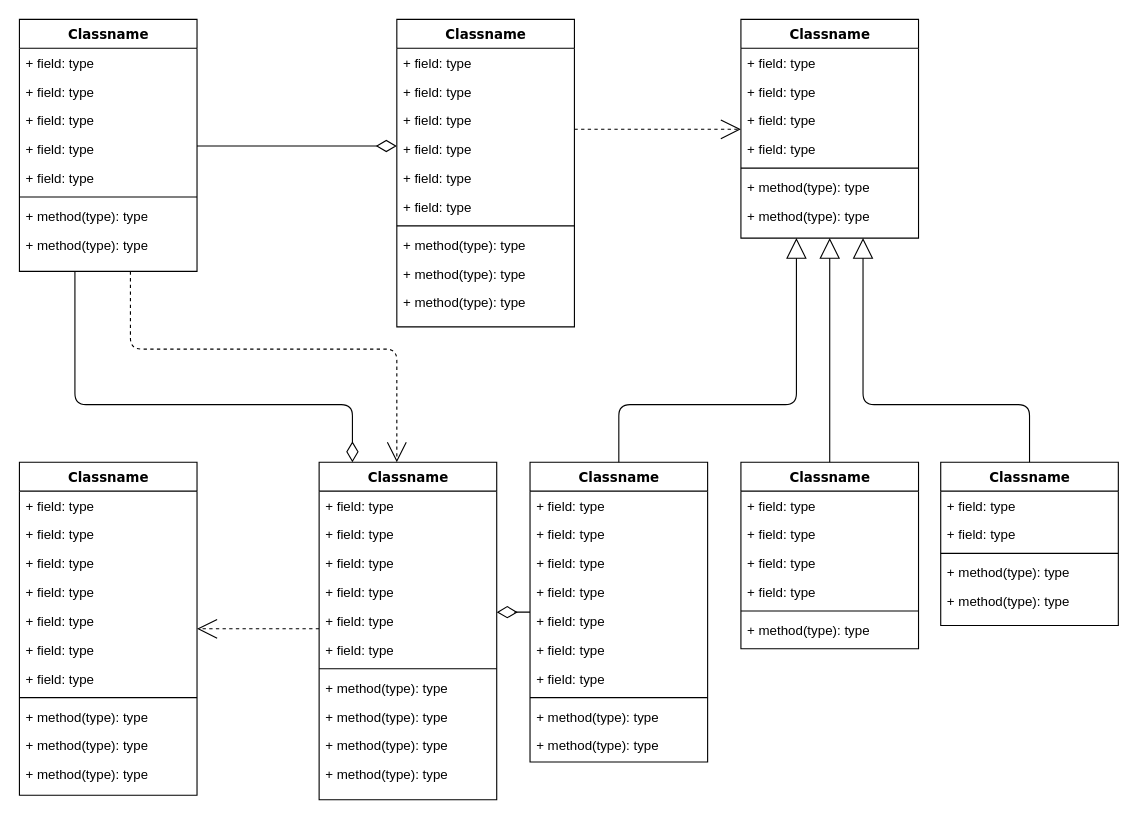
Above: 제목 없는 다이어그램.drawio in KB-samwamoney/samwamoney (draw.io), before the change. Source tidied: cells renumbered, new cells numbered last; positions are measured from the earlier drawing's top-left corner, leaving out a move shared by most shapes. Both pictures are drawn from the tidied source at 111%, with x=0, y=0 at pixel (19, 19).
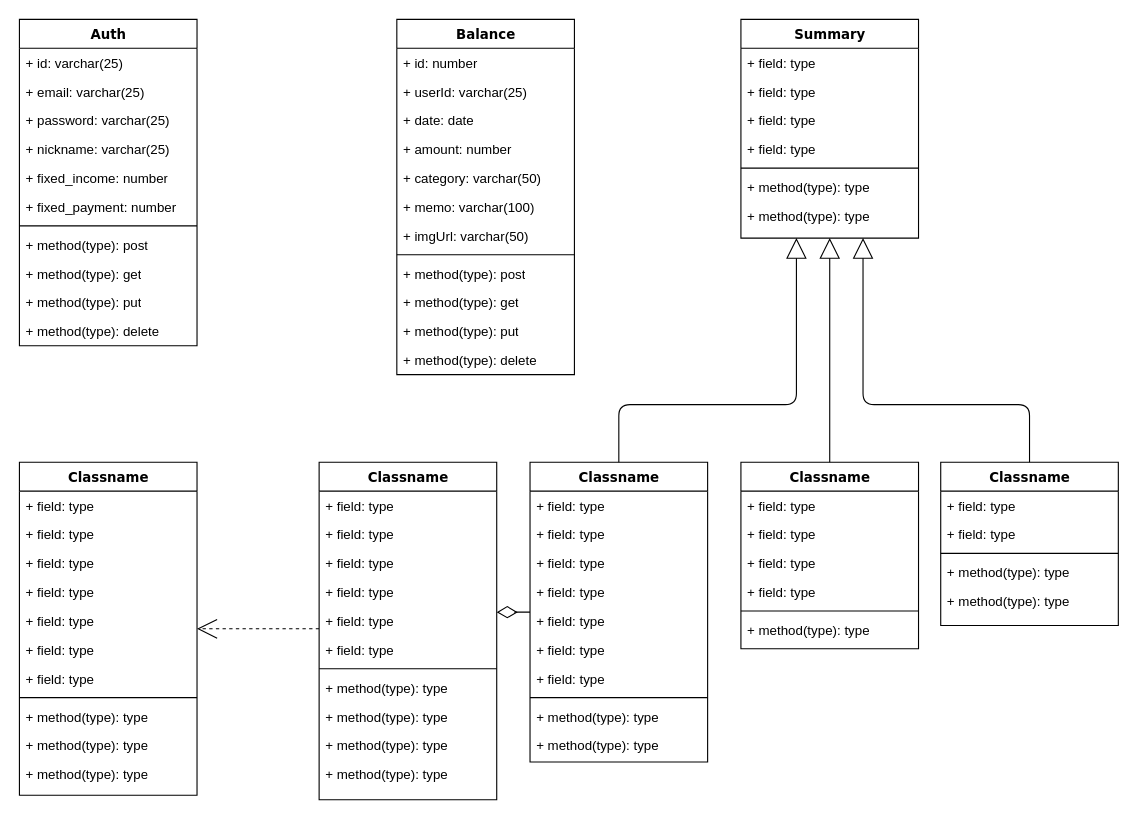
Above is the later version.

Commit message (it also covers changes not shown here):
제목 없는 다이어그램.drawio 업데이트

The change refers to these unchanged cells:
```xml
<mxCell id="47" value="Classname" style="swimlane;html=1;fontStyle=1;align=center;verticalAlign=top;horizontal=1;startSize=26;swimlaneFillColor=#ffffff;rounded=0;shadow=0;comic=0;labelBackgroundColor=none;strokeWidth=1;fillColor=none;fontFamily=Verdana;fontSize=12;" parent="1" vertex="1">
  <mxGeometry x="270" y="399" width="160" height="304" as="geometry" />
</mxCell>
```

Diff of the diagram source:
```diff
@@
-    <mxCell id="2" style="edgeStyle=orthogonalEdgeStyle;html=1;labelBackgroundColor=none;startFill=0;startSize=8;endArrow=open;endFill=0;endSize=16;fontFamily=Verdana;fontSize=12;dashed=1;" parent="1" edge="1" source="4" target="47">
-      <mxGeometry relative="1" as="geometry">
-        <Array as="points">
-          <mxPoint x="100" y="297" />
-          <mxPoint x="340" y="297" />
-        </Array>
-      </mxGeometry>
-    </mxCell>
-    <mxCell id="3" style="edgeStyle=orthogonalEdgeStyle;html=1;labelBackgroundColor=none;startFill=0;startSize=8;endArrow=diamondThin;endFill=0;endSize=16;fontFamily=Verdana;fontSize=12;" parent="1" edge="1" source="4" target="47">
-      <mxGeometry relative="1" as="geometry">
-        <Array as="points">
-          <mxPoint x="50" y="347" />
-          <mxPoint x="300" y="347" />
-        </Array>
-      </mxGeometry>
-    </mxCell>
-    <mxCell id="4" value="Classname" style="swimlane;html=1;fontStyle=1;align=center;verticalAlign=top;horizontal=1;startSize=26;swimlaneFillColor=#ffffff;rounded=0;shadow=0;comic=0;labelBackgroundColor=none;strokeWidth=1;fillColor=none;fontFamily=Verdana;fontSize=12;" parent="1" vertex="1">
-      <mxGeometry width="160" height="227" as="geometry" />
+    <mxCell id="4" value="Auth" style="swimlane;html=1;fontStyle=1;align=center;verticalAlign=top;horizontal=1;startSize=26;swimlaneFillColor=#ffffff;rounded=0;shadow=0;comic=0;labelBackgroundColor=none;strokeWidth=1;fillColor=none;fontFamily=Verdana;fontSize=12;" parent="1" vertex="1">
+      <mxGeometry width="160" height="294" as="geometry" />
     </mxCell>
-    <mxCell id="5" value="+ field: type" style="text;html=1;strokeColor=none;fillColor=none;align=left;verticalAlign=top;spacingLeft=4;spacingRight=4;whiteSpace=wrap;overflow=hidden;" parent="4" vertex="1">
+    <mxCell id="5" value="+ id: varchar(25)" style="text;html=1;strokeColor=none;fillColor=none;align=left;verticalAlign=top;spacingLeft=4;spacingRight=4;whiteSpace=wrap;overflow=hidden;" parent="4" vertex="1">
       <mxGeometry y="26" width="160" height="26" as="geometry" />
     </mxCell>
-    <mxCell id="6" value="+ field: type" style="text;html=1;strokeColor=none;fillColor=none;align=left;verticalAlign=top;spacingLeft=4;spacingRight=4;whiteSpace=wrap;overflow=hidden;" parent="4" vertex="1">
+    <mxCell id="6" value="+ email: varchar(25)" style="text;html=1;strokeColor=none;fillColor=none;align=left;verticalAlign=top;spacingLeft=4;spacingRight=4;whiteSpace=wrap;overflow=hidden;" parent="4" vertex="1">
       <mxGeometry y="52" width="160" height="26" as="geometry" />
     </mxCell>
-    <mxCell id="7" value="+ field: type" style="text;html=1;strokeColor=none;fillColor=none;align=left;verticalAlign=top;spacingLeft=4;spacingRight=4;whiteSpace=wrap;overflow=hidden;" parent="4" vertex="1">
+    <mxCell id="7" value="+ password: varchar(25)" style="text;html=1;strokeColor=none;fillColor=none;align=left;verticalAlign=top;spacingLeft=4;spacingRight=4;whiteSpace=wrap;overflow=hidden;" parent="4" vertex="1">
       <mxGeometry y="78" width="160" height="26" as="geometry" />
     </mxCell>
-    <mxCell id="8" value="+ field: type" style="text;html=1;strokeColor=none;fillColor=none;align=left;verticalAlign=top;spacingLeft=4;spacingRight=4;whiteSpace=wrap;overflow=hidden;" parent="4" vertex="1">
+    <mxCell id="8" value="+ nickname: varchar(25)" style="text;html=1;strokeColor=none;fillColor=none;align=left;verticalAlign=top;spacingLeft=4;spacingRight=4;whiteSpace=wrap;overflow=hidden;" parent="4" vertex="1">
       <mxGeometry y="104" width="160" height="26" as="geometry" />
     </mxCell>
-    <mxCell id="9" value="+ field: type" style="text;html=1;strokeColor=none;fillColor=none;align=left;verticalAlign=top;spacingLeft=4;spacingRight=4;whiteSpace=wrap;overflow=hidden;" parent="4" vertex="1">
+    <mxCell id="9" value="+ fixed_income: number" style="text;html=1;strokeColor=none;fillColor=none;align=left;verticalAlign=top;spacingLeft=4;spacingRight=4;whiteSpace=wrap;overflow=hidden;" parent="4" vertex="1">
       <mxGeometry y="130" width="160" height="26" as="geometry" />
     </mxCell>
+    <mxCell id="87" value="+ fixed_payment: number" style="text;html=1;strokeColor=none;fillColor=none;align=left;verticalAlign=top;spacingLeft=4;spacingRight=4;whiteSpace=wrap;overflow=hidden;" parent="4" vertex="1">
+      <mxGeometry y="156" width="160" height="26" as="geometry" />
+    </mxCell>
     <mxCell id="10" style="line;html=1;strokeWidth=1;fillColor=none;align=left;verticalAlign=middle;spacingTop=-1;spacingLeft=3;spacingRight=3;labelPosition=right;" parent="4" vertex="1">
-      <mxGeometry y="156" width="160" height="8" as="geometry" />
+      <mxGeometry y="182" width="160" height="8" as="geometry" />
     </mxCell>
-    <mxCell id="11" value="+ method(type): type" style="text;html=1;strokeColor=none;fillColor=none;align=left;verticalAlign=top;spacingLeft=4;spacingRight=4;whiteSpace=wrap;overflow=hidden;" parent="4" vertex="1">
-      <mxGeometry y="164" width="160" height="26" as="geometry" />
+    <mxCell id="11" value="+ method(type): post" style="text;html=1;strokeColor=none;fillColor=none;align=left;verticalAlign=top;spacingLeft=4;spacingRight=4;whiteSpace=wrap;overflow=hidden;" parent="4" vertex="1">
+      <mxGeometry y="190" width="160" height="26" as="geometry" />
     </mxCell>
-    <mxCell id="12" value="+ method(type): type" style="text;html=1;strokeColor=none;fillColor=none;align=left;verticalAlign=top;spacingLeft=4;spacingRight=4;whiteSpace=wrap;overflow=hidden;" parent="4" vertex="1">
-      <mxGeometry y="190" width="160" height="26" as="geometry" />
+    <mxCell id="12" value="+ method(type): get" style="text;html=1;strokeColor=none;fillColor=none;align=left;verticalAlign=top;spacingLeft=4;spacingRight=4;whiteSpace=wrap;overflow=hidden;" parent="4" vertex="1">
+      <mxGeometry y="216" width="160" height="26" as="geometry" />
     </mxCell>
-    <mxCell id="13" style="edgeStyle=elbowEdgeStyle;html=1;labelBackgroundColor=none;startFill=0;startSize=8;endArrow=open;endFill=0;endSize=16;fontFamily=Verdana;fontSize=12;elbow=vertical;dashed=1;" parent="1" edge="1" source="14" target="25">
-      <mxGeometry relative="1" as="geometry" />
-    </mxCell>
+    <mxCell id="88" value="+ method(type): put" style="text;html=1;strokeColor=none;fillColor=none;align=left;verticalAlign=top;spacingLeft=4;spacingRight=4;whiteSpace=wrap;overflow=hidden;" parent="4" vertex="1">
+      <mxGeometry y="242" width="160" height="26" as="geometry" />
+    </mxCell>
+    <mxCell id="89" value="+ method(type): delete" style="text;html=1;strokeColor=none;fillColor=none;align=left;verticalAlign=top;spacingLeft=4;spacingRight=4;whiteSpace=wrap;overflow=hidden;" parent="4" vertex="1">
+      <mxGeometry y="268" width="160" height="26" as="geometry" />
+    </mxCell>
-    <mxCell id="14" value="Classname" style="swimlane;html=1;fontStyle=1;align=center;verticalAlign=top;horizontal=1;startSize=26;swimlaneFillColor=#ffffff;rounded=0;shadow=0;comic=0;labelBackgroundColor=none;strokeWidth=1;fillColor=none;fontFamily=Verdana;fontSize=12;" parent="1" vertex="1">
-      <mxGeometry x="340" width="160" height="277" as="geometry" />
+    <mxCell id="14" value="Balance" style="swimlane;html=1;fontStyle=1;align=center;verticalAlign=top;horizontal=1;startSize=26;swimlaneFillColor=#ffffff;rounded=0;shadow=0;comic=0;labelBackgroundColor=none;strokeWidth=1;fillColor=none;fontFamily=Verdana;fontSize=12;" parent="1" vertex="1">
+      <mxGeometry x="340" width="160" height="320" as="geometry" />
     </mxCell>
-    <mxCell id="15" value="+ field: type" style="text;html=1;strokeColor=none;fillColor=none;align=left;verticalAlign=top;spacingLeft=4;spacingRight=4;whiteSpace=wrap;overflow=hidden;" parent="14" vertex="1">
+    <mxCell id="15" value="+ id: number" style="text;html=1;strokeColor=none;fillColor=none;align=left;verticalAlign=top;spacingLeft=4;spacingRight=4;whiteSpace=wrap;overflow=hidden;" parent="14" vertex="1">
       <mxGeometry y="26" width="160" height="26" as="geometry" />
     </mxCell>
-    <mxCell id="16" value="+ field: type" style="text;html=1;strokeColor=none;fillColor=none;align=left;verticalAlign=top;spacingLeft=4;spacingRight=4;whiteSpace=wrap;overflow=hidden;" parent="14" vertex="1">
+    <mxCell id="16" value="+ userId: varchar(25)" style="text;html=1;strokeColor=none;fillColor=none;align=left;verticalAlign=top;spacingLeft=4;spacingRight=4;whiteSpace=wrap;overflow=hidden;" parent="14" vertex="1">
       <mxGeometry y="52" width="160" height="26" as="geometry" />
     </mxCell>
-    <mxCell id="17" value="+ field: type" style="text;html=1;strokeColor=none;fillColor=none;align=left;verticalAlign=top;spacingLeft=4;spacingRight=4;whiteSpace=wrap;overflow=hidden;" parent="14" vertex="1">
+    <mxCell id="17" value="+ date: date" style="text;html=1;strokeColor=none;fillColor=none;align=left;verticalAlign=top;spacingLeft=4;spacingRight=4;whiteSpace=wrap;overflow=hidden;" parent="14" vertex="1">
       <mxGeometry y="78" width="160" height="26" as="geometry" />
     </mxCell>
-    <mxCell id="18" value="+ field: type" style="text;html=1;strokeColor=none;fillColor=none;align=left;verticalAlign=top;spacingLeft=4;spacingRight=4;whiteSpace=wrap;overflow=hidden;" parent="14" vertex="1">
+    <mxCell id="18" value="+ amount: number" style="text;html=1;strokeColor=none;fillColor=none;align=left;verticalAlign=top;spacingLeft=4;spacingRight=4;whiteSpace=wrap;overflow=hidden;" parent="14" vertex="1">
       <mxGeometry y="104" width="160" height="26" as="geometry" />
     </mxCell>
-    <mxCell id="19" value="+ field: type" style="text;html=1;strokeColor=none;fillColor=none;align=left;verticalAlign=top;spacingLeft=4;spacingRight=4;whiteSpace=wrap;overflow=hidden;" parent="14" vertex="1">
+    <mxCell id="19" value="+ category: varchar(50)" style="text;html=1;strokeColor=none;fillColor=none;align=left;verticalAlign=top;spacingLeft=4;spacingRight=4;whiteSpace=wrap;overflow=hidden;" parent="14" vertex="1">
       <mxGeometry y="130" width="160" height="26" as="geometry" />
     </mxCell>
-    <mxCell id="20" value="+ field: type" style="text;html=1;strokeColor=none;fillColor=none;align=left;verticalAlign=top;spacingLeft=4;spacingRight=4;whiteSpace=wrap;overflow=hidden;" parent="14" vertex="1">
-      <mxGeometry y="156" width="160" height="26" as="geometry" />
-    </mxCell>
+    <mxCell id="90" value="+ memo: varchar(100)" style="text;html=1;strokeColor=none;fillColor=none;align=left;verticalAlign=top;spacingLeft=4;spacingRight=4;whiteSpace=wrap;overflow=hidden;" parent="14" vertex="1">
+      <mxGeometry y="156" width="160" height="26" as="geometry" />
+    </mxCell>
+    <mxCell id="91" value="+ imgUrl: varchar(50)" style="text;html=1;strokeColor=none;fillColor=none;align=left;verticalAlign=top;spacingLeft=4;spacingRight=4;whiteSpace=wrap;overflow=hidden;" parent="14" vertex="1">
+      <mxGeometry y="182" width="160" height="26" as="geometry" />
+    </mxCell>
     <mxCell id="21" style="line;html=1;strokeWidth=1;fillColor=none;align=left;verticalAlign=middle;spacingTop=-1;spacingLeft=3;spacingRight=3;labelPosition=right;" parent="14" vertex="1">
-      <mxGeometry y="182" width="160" height="8" as="geometry" />
+      <mxGeometry y="208" width="160" height="8" as="geometry" />
     </mxCell>
-    <mxCell id="22" value="+ method(type): type" style="text;html=1;strokeColor=none;fillColor=none;align=left;verticalAlign=top;spacingLeft=4;spacingRight=4;whiteSpace=wrap;overflow=hidden;" parent="14" vertex="1">
-      <mxGeometry y="190" width="160" height="26" as="geometry" />
+    <mxCell id="22" value="+ method(type): post" style="text;html=1;strokeColor=none;fillColor=none;align=left;verticalAlign=top;spacingLeft=4;spacingRight=4;whiteSpace=wrap;overflow=hidden;" parent="14" vertex="1">
+      <mxGeometry y="216" width="160" height="26" as="geometry" />
     </mxCell>
-    <mxCell id="23" value="+ method(type): type" style="text;html=1;strokeColor=none;fillColor=none;align=left;verticalAlign=top;spacingLeft=4;spacingRight=4;whiteSpace=wrap;overflow=hidden;" parent="14" vertex="1">
-      <mxGeometry y="216" width="160" height="26" as="geometry" />
+    <mxCell id="23" value="+ method(type): get" style="text;html=1;strokeColor=none;fillColor=none;align=left;verticalAlign=top;spacingLeft=4;spacingRight=4;whiteSpace=wrap;overflow=hidden;" parent="14" vertex="1">
+      <mxGeometry y="242" width="160" height="26" as="geometry" />
     </mxCell>
+    <mxCell id="92" value="+ method(type): put" style="text;html=1;strokeColor=none;fillColor=none;align=left;verticalAlign=top;spacingLeft=4;spacingRight=4;whiteSpace=wrap;overflow=hidden;" parent="14" vertex="1">
+      <mxGeometry y="268" width="160" height="26" as="geometry" />
+    </mxCell>
-    <mxCell id="24" value="+ method(type): type" style="text;html=1;strokeColor=none;fillColor=none;align=left;verticalAlign=top;spacingLeft=4;spacingRight=4;whiteSpace=wrap;overflow=hidden;" parent="14" vertex="1">
-      <mxGeometry y="242" width="160" height="26" as="geometry" />
+    <mxCell id="24" value="+ method(type): delete" style="text;html=1;strokeColor=none;fillColor=none;align=left;verticalAlign=top;spacingLeft=4;spacingRight=4;whiteSpace=wrap;overflow=hidden;" parent="14" vertex="1">
+      <mxGeometry y="294" width="160" height="26" as="geometry" />
     </mxCell>
-    <mxCell id="25" value="Classname" style="swimlane;html=1;fontStyle=1;align=center;verticalAlign=top;horizontal=1;startSize=26;swimlaneFillColor=#ffffff;rounded=0;shadow=0;comic=0;labelBackgroundColor=none;strokeWidth=1;fillColor=none;fontFamily=Verdana;fontSize=12;" parent="1" vertex="1">
+    <mxCell id="25" value="Summary" style="swimlane;html=1;fontStyle=1;align=center;verticalAlign=top;horizontal=1;startSize=26;swimlaneFillColor=#ffffff;rounded=0;shadow=0;comic=0;labelBackgroundColor=none;strokeWidth=1;fillColor=none;fontFamily=Verdana;fontSize=12;" parent="1" vertex="1">
       <mxGeometry x="650" width="160" height="197" as="geometry" />
     </mxCell>
@@
-    <mxCell id="86" style="edgeStyle=elbowEdgeStyle;html=1;labelBackgroundColor=none;startFill=0;startSize=8;endArrow=diamondThin;endFill=0;endSize=16;fontFamily=Verdana;fontSize=12;elbow=vertical;" parent="1" edge="1" source="4" target="14">
-      <mxGeometry relative="1" as="geometry" />
-    </mxCell>
```
